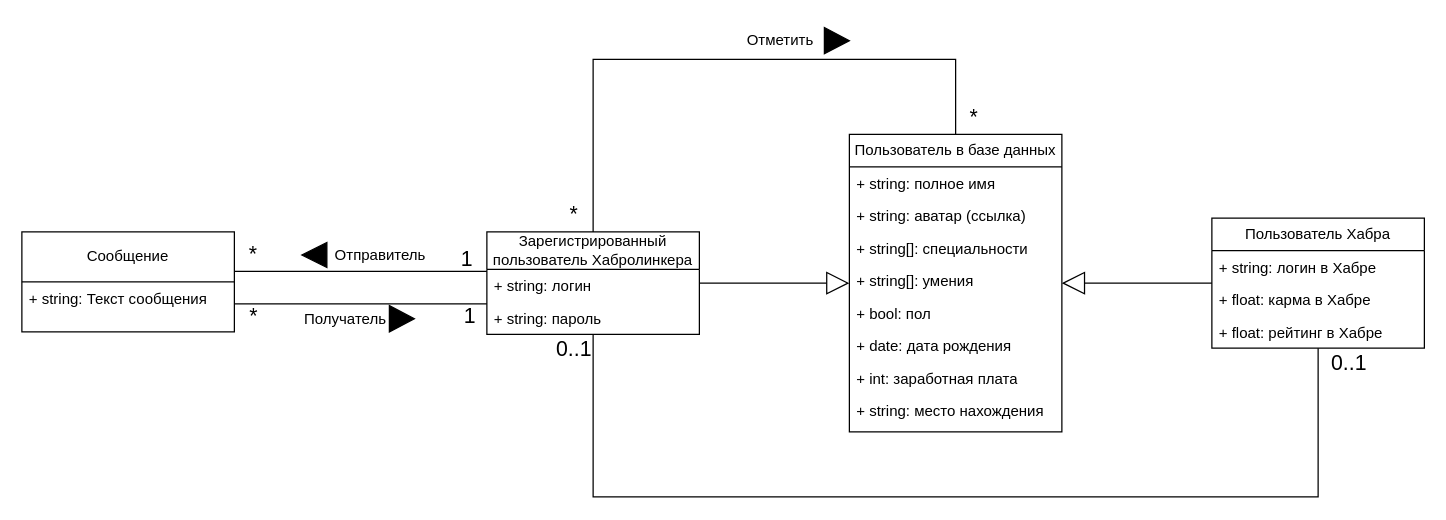
This is docs/raw_diagrams/domain_model.drawio from AS2/habrolink, a draw.io file, before an edit. Source tidied: cells renumbered, new cells numbered last; positions are measured from the earlier drawing's top-left corner, leaving out a move shared by most shapes. Both pictures are drawn from the tidied source at 125%, with x=0, y=0 at pixel (21, 21).
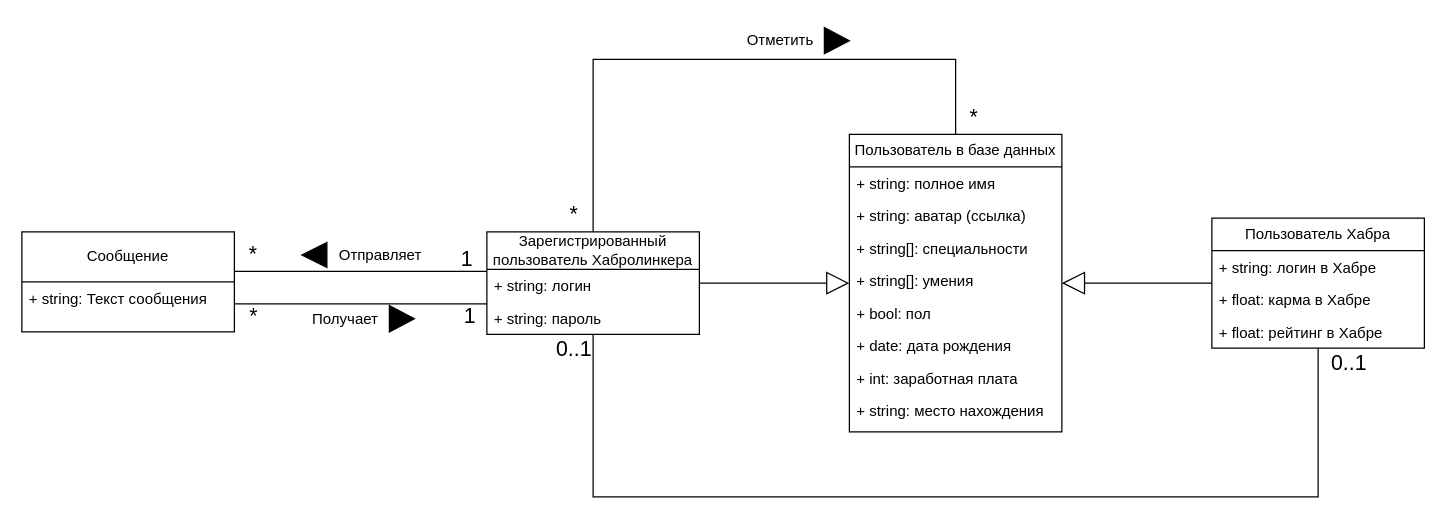
Above is the later version.

Commit message (it also covers changes not shown here):
Fixed words near arrows in domain diagram

The edit, as a diff of the source:
```diff
@@
-    <mxCell id="11" value="Отправитель" style="text;html=1;strokeColor=none;fillColor=none;align=center;verticalAlign=middle;whiteSpace=wrap;rounded=0;" parent="1" vertex="1">
+    <mxCell id="11" value="Отправляет" style="text;html=1;strokeColor=none;fillColor=none;align=center;verticalAlign=middle;whiteSpace=wrap;rounded=0;" parent="1" vertex="1">
       <mxGeometry x="252" y="171.5" width="70" height="30" as="geometry" />
     </mxCell>
@@
-    <mxCell id="28" value="Получатель" style="text;html=1;strokeColor=none;fillColor=none;align=center;verticalAlign=middle;whiteSpace=wrap;rounded=0;" parent="1" vertex="1">
+    <mxCell id="28" value="Получает" style="text;html=1;strokeColor=none;fillColor=none;align=center;verticalAlign=middle;whiteSpace=wrap;rounded=0;" parent="1" vertex="1">
       <mxGeometry x="224" y="222.5" width="70" height="30" as="geometry" />
     </mxCell>
```
